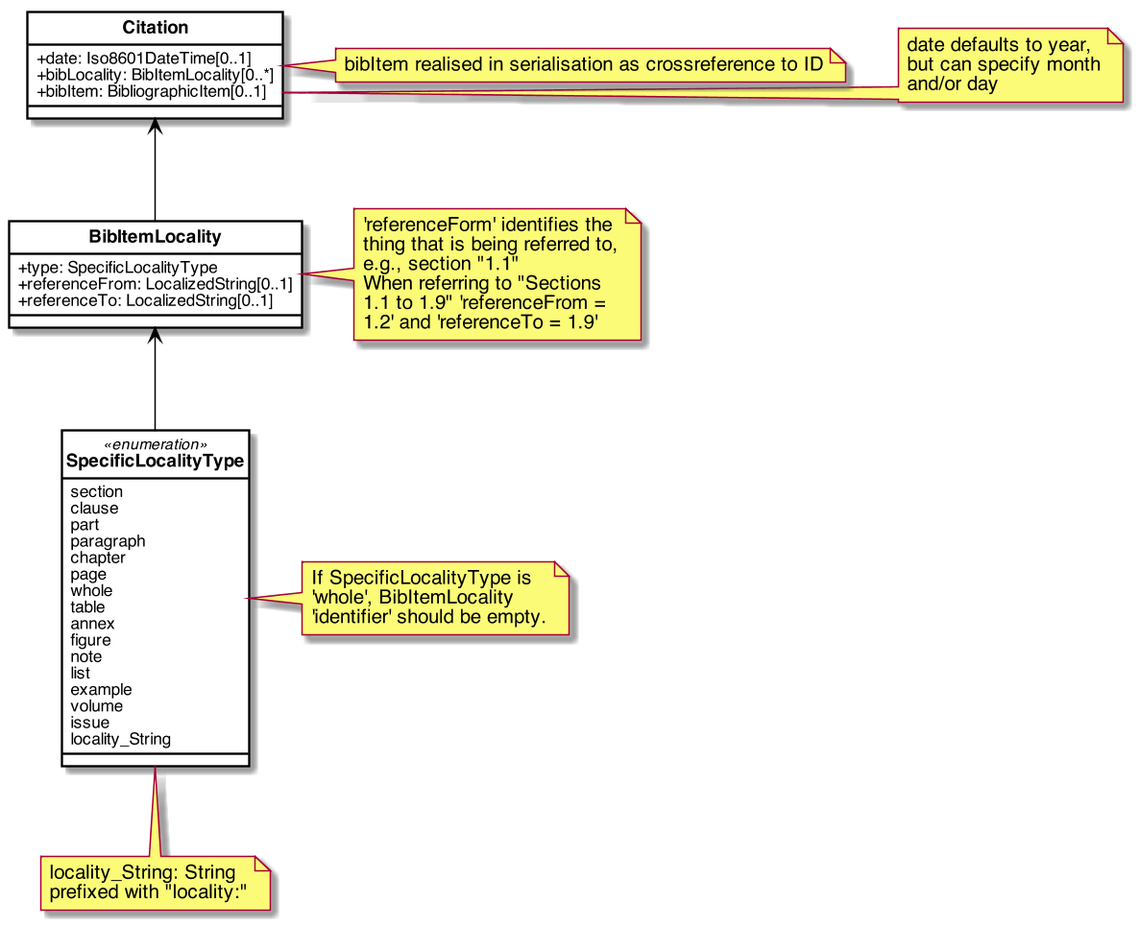
This is images/RelBib_Citation.png from relaton/relaton-models, a PlantUML export, as it was before one commit.
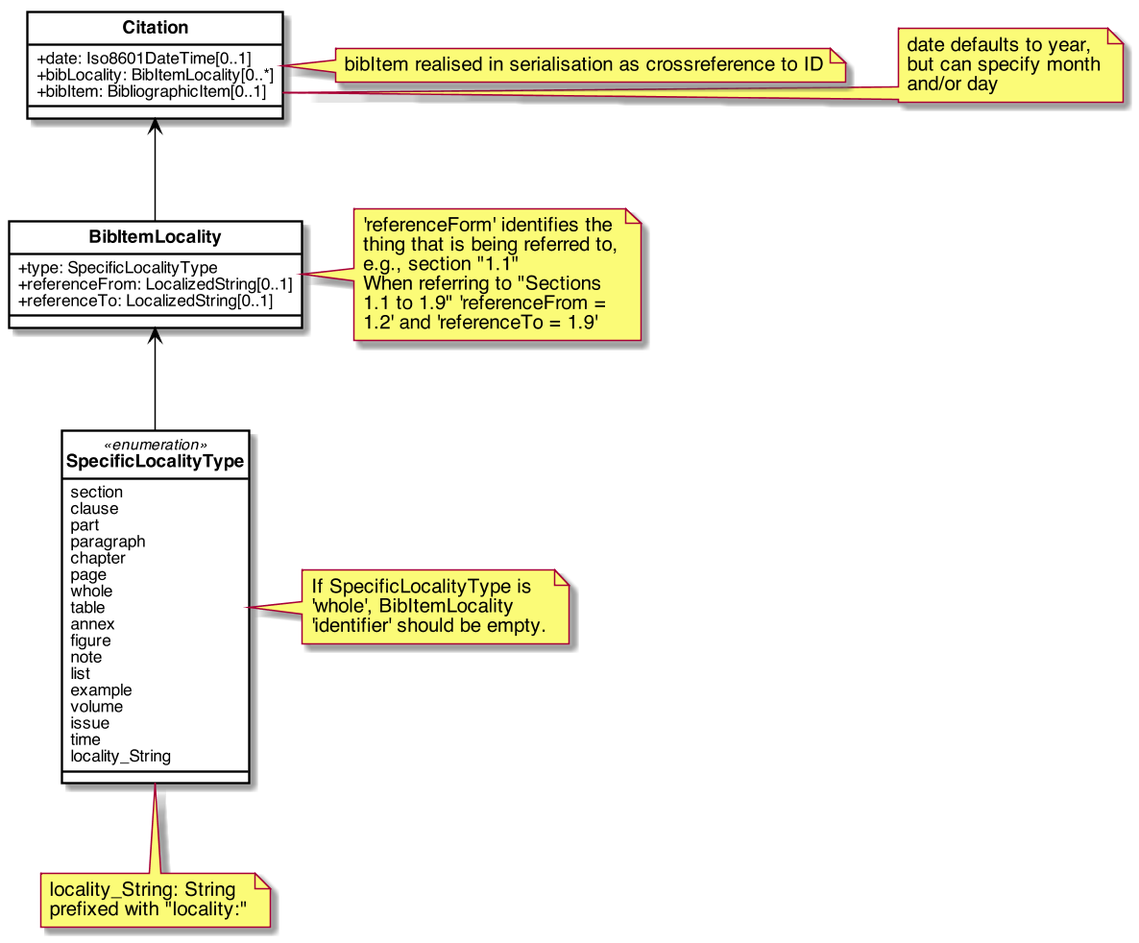
Later version of the same file.

Diff of the diagram source:
```diff
@@ -69,6 +69,7 @@
     example
     volume
     issue
+    time
     locality_String
 }
 
```
